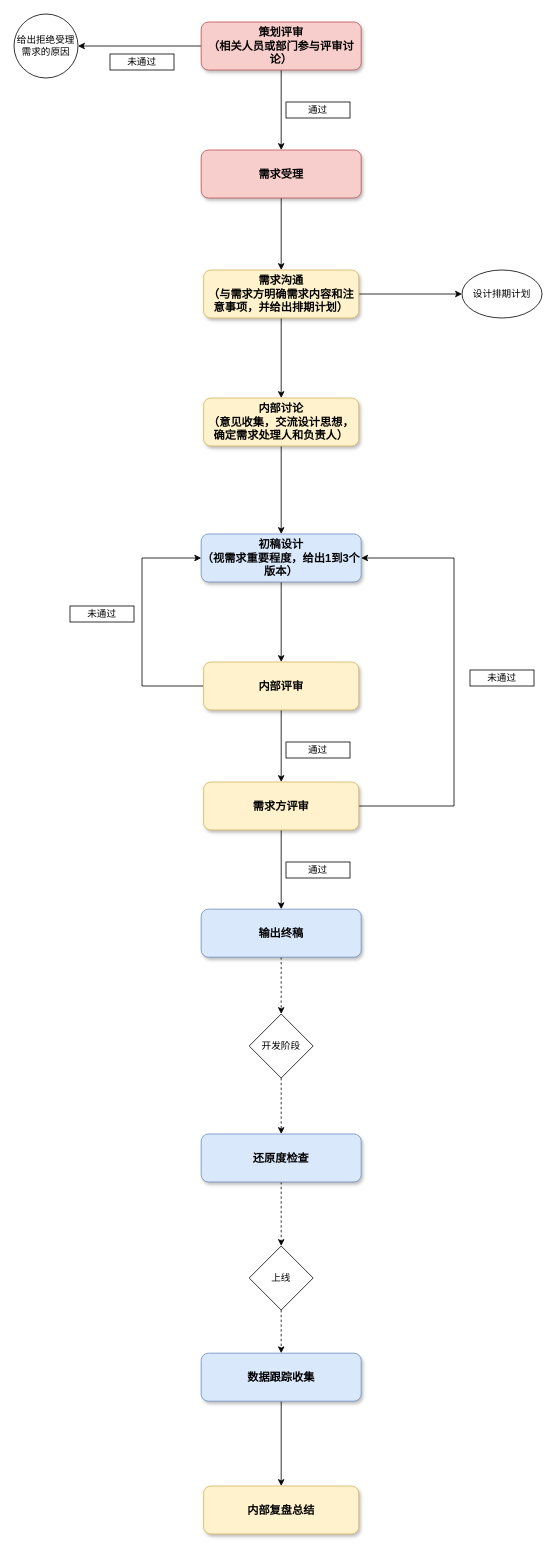
Earlier version of the draw.io diagram page "设计需求处理流程" (5 of 10) of Untitled Diagram.drawio (wxlxxx/draw.io). Source tidied: cells renumbered, new cells numbered last; positions are measured from the earlier drawing's top-left corner, leaving out a move shared by most shapes. Both pictures are drawn from the tidied source at 80%, with x=0, y=0 at pixel (14, 14).
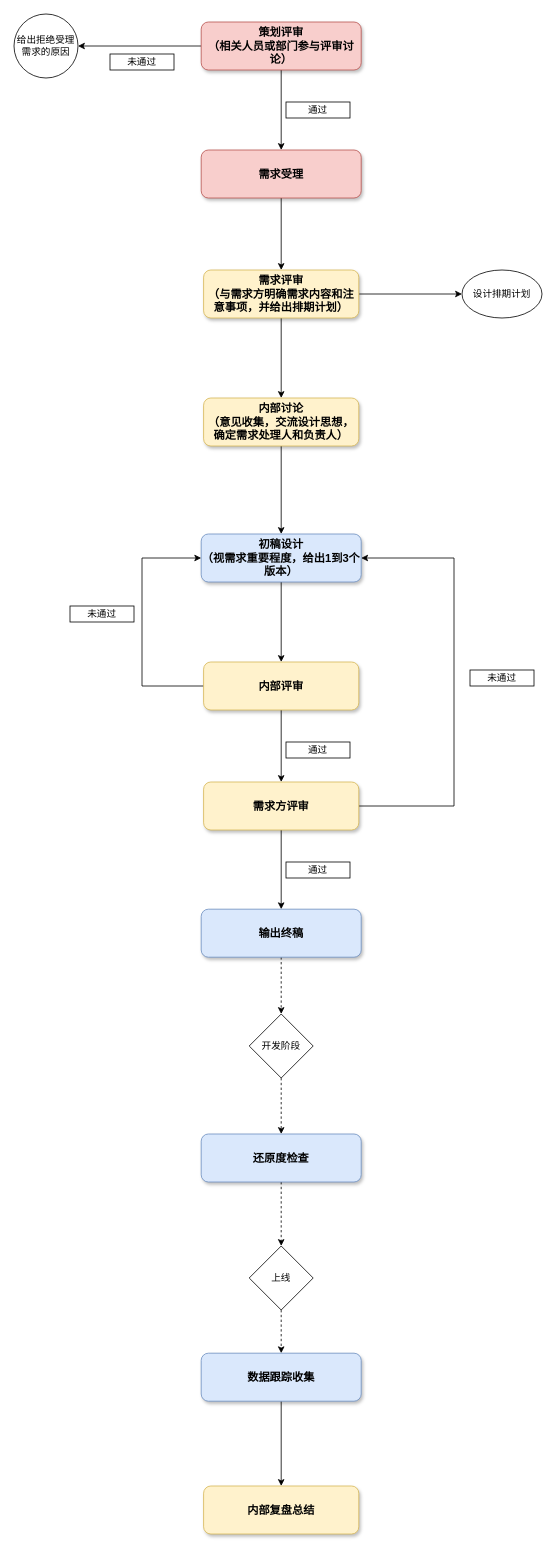
Above is the later version.

What changed in the source:
```diff
@@
-    <mxCell id="9" value="需求沟通&#10;（与需求方明确需求内容和注意事项，并给出排期计划）" style="rounded=1;fillColor=#fff2cc;strokeColor=#d6b656;shadow=1;fontStyle=1;fontSize=14;whiteSpace=wrap;" parent="1" vertex="1">
+    <mxCell id="9" value="需求评审&#10;（与需求方明确需求内容和注意事项，并给出排期计划）" style="rounded=1;fillColor=#fff2cc;strokeColor=#d6b656;shadow=1;fontStyle=1;fontSize=14;whiteSpace=wrap;" parent="1" vertex="1">
       <mxGeometry x="237" y="320" width="194" height="60" as="geometry" />
     </mxCell>
```
